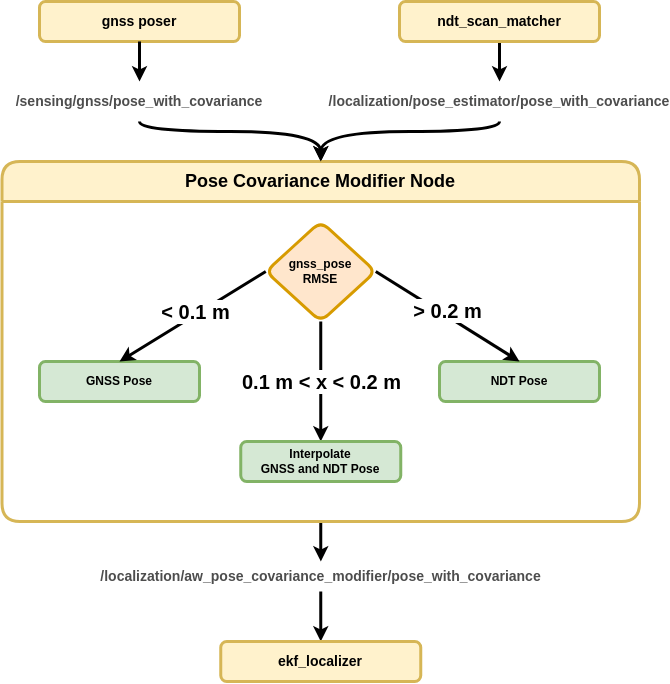
This is localization/autoware_pose_covariance_modifier_node/media/new_proposal-proposal.drawio.png from autowarefoundation/autoware.universe, a draw.io export, as it was before one commit. Source tidied: cells renumbered, new cells last; positions are measured from the earlier drawing's top-left corner, leaving out a move shared by most shapes.
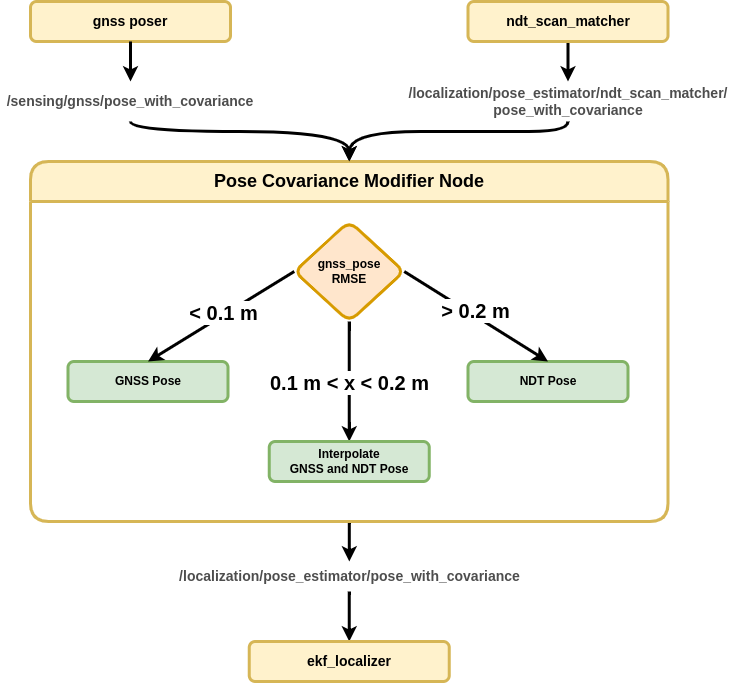
After the change.

Commit message:
update proposal architecture

The edit, as a diff of the source:
```diff
@@ -17,7 +17,7 @@
       <mxGeometry relative="1" as="geometry" />
     </mxCell>
     <mxCell id="5" value="&lt;span style=&quot;font-size: 18px;&quot;&gt;Pose Covariance Modifier Node&lt;/span&gt;" style="swimlane;whiteSpace=wrap;html=1;startSize=40;strokeWidth=3;fillColor=#fff2cc;strokeColor=#d6b656;rounded=1;" parent="1" vertex="1">
-      <mxGeometry x="0.5" y="160" width="637.5" height="360" as="geometry" />
+      <mxGeometry x="38" y="160" width="637.5" height="360" as="geometry" />
     </mxCell>
     <mxCell id="6" value="&lt;div&gt;gnss_pose&lt;/div&gt;&lt;div&gt;RMSE&lt;br&gt;&lt;/div&gt;" style="rhombus;whiteSpace=wrap;html=1;fillColor=#ffe6cc;strokeColor=#d79b00;rounded=1;strokeWidth=3;align=center;verticalAlign=middle;fontFamily=Helvetica;fontSize=12;fontStyle=1;" parent="5" vertex="1">
       <mxGeometry x="263.8" y="60" width="110" height="100" as="geometry" />
@@ -57,12 +57,12 @@
       <mxGeometry relative="1" as="geometry">
         <Array as="points">
           <mxPoint x="138" y="130" />
-          <mxPoint x="319" y="130" />
+          <mxPoint x="357" y="130" />
         </Array>
       </mxGeometry>
     </mxCell>
-    <mxCell id="17" value="&lt;font color=&quot;#4d4d4d&quot; style=&quot;font-size: 14px;&quot;&gt;&lt;b&gt;/localization/pose_estimator/pose_with_covariance&lt;/b&gt;&lt;/font&gt;" style="text;html=1;align=center;verticalAlign=middle;whiteSpace=wrap;rounded=0;" parent="1" vertex="1">
-      <mxGeometry x="328" y="80" width="340" height="40" as="geometry" />
+    <mxCell id="17" value="&lt;font color=&quot;#4d4d4d&quot;&gt;&lt;span style=&quot;font-size: 14px;&quot;&gt;&lt;b&gt;/localization/pose_estimator/ndt_scan_matcher/&lt;/b&gt;&lt;/span&gt;&lt;/font&gt;&lt;div&gt;&lt;font color=&quot;#4d4d4d&quot;&gt;&lt;span style=&quot;font-size: 14px;&quot;&gt;&lt;b&gt;pose_with_covariance&lt;/b&gt;&lt;/span&gt;&lt;/font&gt;&lt;/div&gt;" style="text;html=1;align=center;verticalAlign=middle;whiteSpace=wrap;rounded=0;" parent="1" vertex="1">
+      <mxGeometry x="396.8" y="80" width="357.5" height="40" as="geometry" />
     </mxCell>
     <mxCell id="18" style="edgeStyle=orthogonalEdgeStyle;rounded=0;jettySize=auto;html=1;strokeColor=default;strokeWidth=3;align=center;verticalAlign=middle;fontFamily=Helvetica;fontSize=11;fontColor=default;labelBackgroundColor=default;endArrow=classic;curved=1;exitX=0.5;exitY=1;exitDx=0;exitDy=0;entryX=0.5;entryY=0;entryDx=0;entryDy=0;" parent="1" edge="1" source="22" target="17">
       <mxGeometry relative="1" as="geometry" />
@@ -77,13 +77,13 @@
       <mxGeometry relative="1" as="geometry" />
     </mxCell>
     <mxCell id="22" value="&lt;font style=&quot;font-size: 14px;&quot;&gt;ndt_scan_matcher&lt;/font&gt;" style="rounded=1;whiteSpace=wrap;html=1;fillColor=#fff2cc;strokeColor=#d6b656;fontStyle=1;strokeWidth=3;" parent="1" vertex="1">
-      <mxGeometry x="398" width="200" height="40" as="geometry" />
+      <mxGeometry x="475.5" width="200" height="40" as="geometry" />
     </mxCell>
-    <mxCell id="23" value="&lt;font size=&quot;1&quot; color=&quot;#4d4d4d&quot;&gt;&lt;b style=&quot;font-size: 14px;&quot;&gt;/localization/aw_pose_covariance_modifier/pose_with_covariance&lt;/b&gt;&lt;/font&gt;" style="text;html=1;align=center;verticalAlign=middle;points=[];strokeColor=none;fillColor=none;" parent="1" vertex="1">
-      <mxGeometry x="89.2" y="560" width="460" height="30" as="geometry" />
+    <mxCell id="23" value="&lt;font size=&quot;1&quot; color=&quot;#4d4d4d&quot;&gt;&lt;b style=&quot;font-size: 14px;&quot;&gt;/localization/&lt;/b&gt;&lt;/font&gt;&lt;b style=&quot;color: rgb(77, 77, 77); font-size: 14px; text-wrap: wrap;&quot;&gt;pose_estimator&lt;/b&gt;&lt;font size=&quot;1&quot; color=&quot;#4d4d4d&quot;&gt;&lt;b style=&quot;font-size: 14px;&quot;&gt;/pose_with_covariance&lt;/b&gt;&lt;/font&gt;" style="text;html=1;align=center;verticalAlign=middle;points=[];strokeColor=none;fillColor=none;" parent="1" vertex="1">
+      <mxGeometry x="176.8" y="560" width="360" height="30" as="geometry" />
     </mxCell>
     <mxCell id="24" value="&lt;font style=&quot;font-size: 14px;&quot;&gt;ekf_localizer&lt;/font&gt;" style="rounded=1;whiteSpace=wrap;html=1;fillColor=#fff2cc;strokeColor=#d6b656;fontStyle=1;strokeWidth=3;" parent="1" vertex="1">
-      <mxGeometry x="219.2" y="640" width="200" height="40" as="geometry" />
+      <mxGeometry x="256.8" y="640" width="200" height="40" as="geometry" />
     </mxCell>
   </root>
 </mxGraphModel>
```
